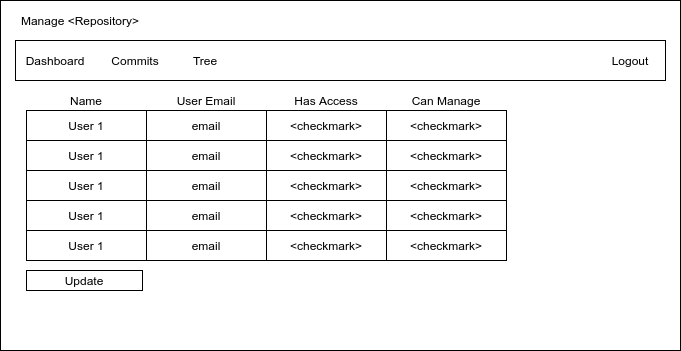
Above: docs/wireframes/manage_repository.png in weiyiguoyoyo/mfgd (draw.io), before the change. Source tidied: cells renumbered, new cells last; positions are measured from the earlier drawing's top-left corner, leaving out a move shared by most shapes. Source of this version:
```xml
<mxGraphModel>
  <root>
    <mxCell id="0" />
    <mxCell id="1" parent="0" />
    <mxCell id="2" style="rounded=0;whiteSpace=wrap;html=1;" parent="1" vertex="1">
      <mxGeometry width="680" height="350" as="geometry" />
    </mxCell>
    <mxCell id="3" style="rounded=0;whiteSpace=wrap;html=1;" parent="1" vertex="1">
      <mxGeometry x="15" y="40" width="650" height="40" as="geometry" />
    </mxCell>
    <mxCell id="4" value="Manage &amp;lt;Repository&amp;gt;" style="text;html=1;strokeColor=none;fillColor=none;align=center;verticalAlign=middle;whiteSpace=wrap;rounded=0;" parent="1" vertex="1">
      <mxGeometry x="15" y="10" width="130" height="20" as="geometry" />
    </mxCell>
    <mxCell id="5" value="Dashboard" style="text;html=1;strokeColor=none;fillColor=none;align=center;verticalAlign=middle;whiteSpace=wrap;rounded=0;" parent="1" vertex="1">
      <mxGeometry x="25" y="50" width="60" height="20" as="geometry" />
    </mxCell>
    <mxCell id="6" value="Commits" style="text;html=1;strokeColor=none;fillColor=none;align=center;verticalAlign=middle;whiteSpace=wrap;rounded=0;" parent="1" vertex="1">
      <mxGeometry x="105" y="50" width="60" height="20" as="geometry" />
    </mxCell>
    <mxCell id="7" value="Tree" style="text;html=1;strokeColor=none;fillColor=none;align=center;verticalAlign=middle;whiteSpace=wrap;rounded=0;" parent="1" vertex="1">
      <mxGeometry x="175" y="50" width="60" height="20" as="geometry" />
    </mxCell>
    <mxCell id="8" value="Logout" style="text;html=1;strokeColor=none;fillColor=none;align=center;verticalAlign=middle;whiteSpace=wrap;rounded=0;" parent="1" vertex="1">
      <mxGeometry x="605" y="50" width="50" height="20" as="geometry" />
    </mxCell>
    <mxCell id="9" value="User 1" style="rounded=0;whiteSpace=wrap;html=1;" parent="1" vertex="1">
      <mxGeometry x="26" y="110" width="120" height="30" as="geometry" />
    </mxCell>
    <mxCell id="10" value="User 1" style="rounded=0;whiteSpace=wrap;html=1;" parent="1" vertex="1">
      <mxGeometry x="26" y="140" width="120" height="30" as="geometry" />
    </mxCell>
    <mxCell id="11" value="User 1" style="rounded=0;whiteSpace=wrap;html=1;" parent="1" vertex="1">
      <mxGeometry x="26" y="170" width="120" height="30" as="geometry" />
    </mxCell>
    <mxCell id="12" value="User 1" style="rounded=0;whiteSpace=wrap;html=1;" parent="1" vertex="1">
      <mxGeometry x="26" y="200" width="120" height="30" as="geometry" />
    </mxCell>
    <mxCell id="13" value="User 1" style="rounded=0;whiteSpace=wrap;html=1;" parent="1" vertex="1">
      <mxGeometry x="26" y="230" width="120" height="30" as="geometry" />
    </mxCell>
    <mxCell id="14" value="Has Access" style="text;html=1;strokeColor=none;fillColor=none;align=center;verticalAlign=middle;whiteSpace=wrap;rounded=0;" parent="1" vertex="1">
      <mxGeometry x="255" y="90" width="142" height="20" as="geometry" />
    </mxCell>
    <mxCell id="15" value="Name" style="text;html=1;strokeColor=none;fillColor=none;align=center;verticalAlign=middle;whiteSpace=wrap;rounded=0;" parent="1" vertex="1">
      <mxGeometry x="15" y="90" width="142" height="20" as="geometry" />
    </mxCell>
    <mxCell id="16" value="&amp;lt;checkmark&amp;gt;" style="rounded=0;whiteSpace=wrap;html=1;" parent="1" vertex="1">
      <mxGeometry x="266" y="110" width="120" height="30" as="geometry" />
    </mxCell>
    <mxCell id="17" value="&amp;lt;checkmark&amp;gt;" style="rounded=0;whiteSpace=wrap;html=1;" parent="1" vertex="1">
      <mxGeometry x="386" y="110" width="120" height="30" as="geometry" />
    </mxCell>
    <mxCell id="18" value="&amp;lt;checkmark&amp;gt;" style="rounded=0;whiteSpace=wrap;html=1;" parent="1" vertex="1">
      <mxGeometry x="266" y="140" width="120" height="30" as="geometry" />
    </mxCell>
    <mxCell id="19" value="&amp;lt;checkmark&amp;gt;" style="rounded=0;whiteSpace=wrap;html=1;" parent="1" vertex="1">
      <mxGeometry x="386" y="140" width="120" height="30" as="geometry" />
    </mxCell>
    <mxCell id="20" value="&amp;lt;checkmark&amp;gt;" style="rounded=0;whiteSpace=wrap;html=1;" parent="1" vertex="1">
      <mxGeometry x="266" y="170" width="120" height="30" as="geometry" />
    </mxCell>
    <mxCell id="21" value="&amp;lt;checkmark&amp;gt;" style="rounded=0;whiteSpace=wrap;html=1;" parent="1" vertex="1">
      <mxGeometry x="386" y="170" width="120" height="30" as="geometry" />
    </mxCell>
    <mxCell id="22" value="&amp;lt;checkmark&amp;gt;" style="rounded=0;whiteSpace=wrap;html=1;" parent="1" vertex="1">
      <mxGeometry x="266" y="200" width="120" height="30" as="geometry" />
    </mxCell>
    <mxCell id="23" value="&amp;lt;checkmark&amp;gt;" style="rounded=0;whiteSpace=wrap;html=1;" parent="1" vertex="1">
      <mxGeometry x="386" y="200" width="120" height="30" as="geometry" />
    </mxCell>
    <mxCell id="24" value="&amp;lt;checkmark&amp;gt;" style="rounded=0;whiteSpace=wrap;html=1;" parent="1" vertex="1">
      <mxGeometry x="266" y="230" width="120" height="30" as="geometry" />
    </mxCell>
    <mxCell id="25" value="&amp;lt;checkmark&amp;gt;" style="rounded=0;whiteSpace=wrap;html=1;" parent="1" vertex="1">
      <mxGeometry x="386" y="230" width="120" height="30" as="geometry" />
    </mxCell>
    <mxCell id="26" value="Can Manage" style="text;html=1;strokeColor=none;fillColor=none;align=center;verticalAlign=middle;whiteSpace=wrap;rounded=0;" parent="1" vertex="1">
      <mxGeometry x="408" y="90" width="76" height="20" as="geometry" />
    </mxCell>
    <mxCell id="27" value="email" style="rounded=0;whiteSpace=wrap;html=1;" parent="1" vertex="1">
      <mxGeometry x="146" y="110" width="120" height="30" as="geometry" />
    </mxCell>
    <mxCell id="28" value="email" style="rounded=0;whiteSpace=wrap;html=1;" parent="1" vertex="1">
      <mxGeometry x="146" y="140" width="120" height="30" as="geometry" />
    </mxCell>
    <mxCell id="29" value="email" style="rounded=0;whiteSpace=wrap;html=1;" parent="1" vertex="1">
      <mxGeometry x="146" y="170" width="120" height="30" as="geometry" />
    </mxCell>
    <mxCell id="30" value="email" style="rounded=0;whiteSpace=wrap;html=1;" parent="1" vertex="1">
      <mxGeometry x="146" y="200" width="120" height="30" as="geometry" />
    </mxCell>
    <mxCell id="31" value="email" style="rounded=0;whiteSpace=wrap;html=1;" parent="1" vertex="1">
      <mxGeometry x="146" y="230" width="120" height="30" as="geometry" />
    </mxCell>
    <mxCell id="32" value="User Email" style="text;html=1;strokeColor=none;fillColor=none;align=center;verticalAlign=middle;whiteSpace=wrap;rounded=0;" parent="1" vertex="1">
      <mxGeometry x="135" y="90" width="142" height="20" as="geometry" />
    </mxCell>
    <mxCell id="33" value="Update" style="rounded=0;whiteSpace=wrap;html=1;" parent="1" vertex="1">
      <mxGeometry x="26" y="270" width="116" height="20" as="geometry" />
    </mxCell>
  </root>
</mxGraphModel>
```
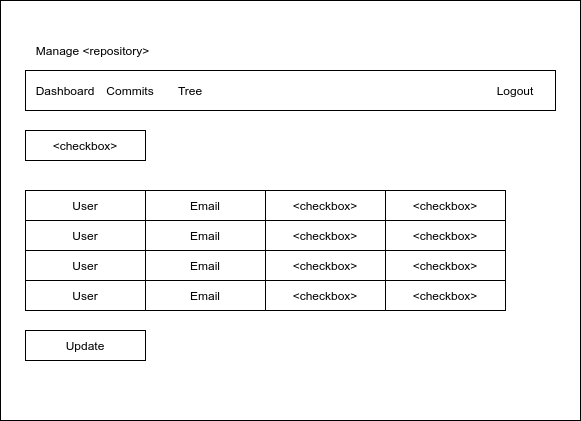
The same file after the commit.

Commit message:
modify manage repository window

Diff of the diagram source:
```diff
@@ -2,101 +2,80 @@
   <root>
     <mxCell id="0" />
     <mxCell id="1" parent="0" />
-    <mxCell id="2" style="rounded=0;whiteSpace=wrap;html=1;" parent="1" vertex="1">
-      <mxGeometry width="680" height="350" as="geometry" />
-    </mxCell>
-    <mxCell id="3" style="rounded=0;whiteSpace=wrap;html=1;" parent="1" vertex="1">
-      <mxGeometry x="15" y="40" width="650" height="40" as="geometry" />
-    </mxCell>
-    <mxCell id="4" value="Manage &amp;lt;Repository&amp;gt;" style="text;html=1;strokeColor=none;fillColor=none;align=center;verticalAlign=middle;whiteSpace=wrap;rounded=0;" parent="1" vertex="1">
-      <mxGeometry x="15" y="10" width="130" height="20" as="geometry" />
-    </mxCell>
+    <mxCell id="34" style="rounded=0;whiteSpace=wrap;html=1;" parent="1" vertex="1">
+      <mxGeometry x="15" y="-70" width="580" height="420" as="geometry" />
+    </mxCell>
+    <mxCell id="35" style="rounded=0;whiteSpace=wrap;html=1;" parent="1" vertex="1">
+      <mxGeometry x="40" width="530" height="40" as="geometry" />
+    </mxCell>
+    <mxCell id="8" value="Logout" style="text;html=1;strokeColor=none;fillColor=none;align=center;verticalAlign=middle;whiteSpace=wrap;rounded=0;" parent="1" vertex="1">
+      <mxGeometry x="510" y="10" width="40" height="20" as="geometry" />
+    </mxCell>
     <mxCell id="5" value="Dashboard" style="text;html=1;strokeColor=none;fillColor=none;align=center;verticalAlign=middle;whiteSpace=wrap;rounded=0;" parent="1" vertex="1">
-      <mxGeometry x="25" y="50" width="60" height="20" as="geometry" />
+      <mxGeometry x="50" y="10" width="60" height="20" as="geometry" />
     </mxCell>
     <mxCell id="6" value="Commits" style="text;html=1;strokeColor=none;fillColor=none;align=center;verticalAlign=middle;whiteSpace=wrap;rounded=0;" parent="1" vertex="1">
-      <mxGeometry x="105" y="50" width="60" height="20" as="geometry" />
+      <mxGeometry x="120" y="10" width="50" height="20" as="geometry" />
     </mxCell>
     <mxCell id="7" value="Tree" style="text;html=1;strokeColor=none;fillColor=none;align=center;verticalAlign=middle;whiteSpace=wrap;rounded=0;" parent="1" vertex="1">
-      <mxGeometry x="175" y="50" width="60" height="20" as="geometry" />
+      <mxGeometry x="185" y="10" width="40" height="20" as="geometry" />
     </mxCell>
-    <mxCell id="8" value="Logout" style="text;html=1;strokeColor=none;fillColor=none;align=center;verticalAlign=middle;whiteSpace=wrap;rounded=0;" parent="1" vertex="1">
-      <mxGeometry x="605" y="50" width="50" height="20" as="geometry" />
-    </mxCell>
-    <mxCell id="9" value="User 1" style="rounded=0;whiteSpace=wrap;html=1;" parent="1" vertex="1">
-      <mxGeometry x="26" y="110" width="120" height="30" as="geometry" />
-    </mxCell>
-    <mxCell id="10" value="User 1" style="rounded=0;whiteSpace=wrap;html=1;" parent="1" vertex="1">
-      <mxGeometry x="26" y="140" width="120" height="30" as="geometry" />
-    </mxCell>
-    <mxCell id="11" value="User 1" style="rounded=0;whiteSpace=wrap;html=1;" parent="1" vertex="1">
-      <mxGeometry x="26" y="170" width="120" height="30" as="geometry" />
-    </mxCell>
-    <mxCell id="12" value="User 1" style="rounded=0;whiteSpace=wrap;html=1;" parent="1" vertex="1">
-      <mxGeometry x="26" y="200" width="120" height="30" as="geometry" />
-    </mxCell>
-    <mxCell id="13" value="User 1" style="rounded=0;whiteSpace=wrap;html=1;" parent="1" vertex="1">
-      <mxGeometry x="26" y="230" width="120" height="30" as="geometry" />
-    </mxCell>
-    <mxCell id="14" value="Has Access" style="text;html=1;strokeColor=none;fillColor=none;align=center;verticalAlign=middle;whiteSpace=wrap;rounded=0;" parent="1" vertex="1">
-      <mxGeometry x="255" y="90" width="142" height="20" as="geometry" />
-    </mxCell>
-    <mxCell id="15" value="Name" style="text;html=1;strokeColor=none;fillColor=none;align=center;verticalAlign=middle;whiteSpace=wrap;rounded=0;" parent="1" vertex="1">
-      <mxGeometry x="15" y="90" width="142" height="20" as="geometry" />
-    </mxCell>
-    <mxCell id="16" value="&amp;lt;checkmark&amp;gt;" style="rounded=0;whiteSpace=wrap;html=1;" parent="1" vertex="1">
-      <mxGeometry x="266" y="110" width="120" height="30" as="geometry" />
-    </mxCell>
-    <mxCell id="17" value="&amp;lt;checkmark&amp;gt;" style="rounded=0;whiteSpace=wrap;html=1;" parent="1" vertex="1">
-      <mxGeometry x="386" y="110" width="120" height="30" as="geometry" />
-    </mxCell>
-    <mxCell id="18" value="&amp;lt;checkmark&amp;gt;" style="rounded=0;whiteSpace=wrap;html=1;" parent="1" vertex="1">
-      <mxGeometry x="266" y="140" width="120" height="30" as="geometry" />
-    </mxCell>
-    <mxCell id="19" value="&amp;lt;checkmark&amp;gt;" style="rounded=0;whiteSpace=wrap;html=1;" parent="1" vertex="1">
-      <mxGeometry x="386" y="140" width="120" height="30" as="geometry" />
-    </mxCell>
-    <mxCell id="20" value="&amp;lt;checkmark&amp;gt;" style="rounded=0;whiteSpace=wrap;html=1;" parent="1" vertex="1">
-      <mxGeometry x="266" y="170" width="120" height="30" as="geometry" />
-    </mxCell>
-    <mxCell id="21" value="&amp;lt;checkmark&amp;gt;" style="rounded=0;whiteSpace=wrap;html=1;" parent="1" vertex="1">
-      <mxGeometry x="386" y="170" width="120" height="30" as="geometry" />
-    </mxCell>
-    <mxCell id="22" value="&amp;lt;checkmark&amp;gt;" style="rounded=0;whiteSpace=wrap;html=1;" parent="1" vertex="1">
-      <mxGeometry x="266" y="200" width="120" height="30" as="geometry" />
-    </mxCell>
-    <mxCell id="23" value="&amp;lt;checkmark&amp;gt;" style="rounded=0;whiteSpace=wrap;html=1;" parent="1" vertex="1">
-      <mxGeometry x="386" y="200" width="120" height="30" as="geometry" />
-    </mxCell>
-    <mxCell id="24" value="&amp;lt;checkmark&amp;gt;" style="rounded=0;whiteSpace=wrap;html=1;" parent="1" vertex="1">
-      <mxGeometry x="266" y="230" width="120" height="30" as="geometry" />
-    </mxCell>
-    <mxCell id="25" value="&amp;lt;checkmark&amp;gt;" style="rounded=0;whiteSpace=wrap;html=1;" parent="1" vertex="1">
-      <mxGeometry x="386" y="230" width="120" height="30" as="geometry" />
-    </mxCell>
-    <mxCell id="26" value="Can Manage" style="text;html=1;strokeColor=none;fillColor=none;align=center;verticalAlign=middle;whiteSpace=wrap;rounded=0;" parent="1" vertex="1">
-      <mxGeometry x="408" y="90" width="76" height="20" as="geometry" />
-    </mxCell>
-    <mxCell id="27" value="email" style="rounded=0;whiteSpace=wrap;html=1;" parent="1" vertex="1">
-      <mxGeometry x="146" y="110" width="120" height="30" as="geometry" />
-    </mxCell>
-    <mxCell id="28" value="email" style="rounded=0;whiteSpace=wrap;html=1;" parent="1" vertex="1">
-      <mxGeometry x="146" y="140" width="120" height="30" as="geometry" />
-    </mxCell>
-    <mxCell id="29" value="email" style="rounded=0;whiteSpace=wrap;html=1;" parent="1" vertex="1">
-      <mxGeometry x="146" y="170" width="120" height="30" as="geometry" />
-    </mxCell>
-    <mxCell id="30" value="email" style="rounded=0;whiteSpace=wrap;html=1;" parent="1" vertex="1">
-      <mxGeometry x="146" y="200" width="120" height="30" as="geometry" />
-    </mxCell>
-    <mxCell id="31" value="email" style="rounded=0;whiteSpace=wrap;html=1;" parent="1" vertex="1">
-      <mxGeometry x="146" y="230" width="120" height="30" as="geometry" />
-    </mxCell>
-    <mxCell id="32" value="User Email" style="text;html=1;strokeColor=none;fillColor=none;align=center;verticalAlign=middle;whiteSpace=wrap;rounded=0;" parent="1" vertex="1">
-      <mxGeometry x="135" y="90" width="142" height="20" as="geometry" />
-    </mxCell>
+    <mxCell id="36" value="User" style="rounded=0;whiteSpace=wrap;html=1;" parent="1" vertex="1">
+      <mxGeometry x="40" y="120" width="120" height="30" as="geometry" />
+    </mxCell>
+    <mxCell id="37" value="Email" style="rounded=0;whiteSpace=wrap;html=1;" parent="1" vertex="1">
+      <mxGeometry x="160" y="120" width="120" height="30" as="geometry" />
+    </mxCell>
+    <mxCell id="38" value="&amp;lt;checkbox&amp;gt;" style="rounded=0;whiteSpace=wrap;html=1;" parent="1" vertex="1">
+      <mxGeometry x="280" y="120" width="120" height="30" as="geometry" />
+    </mxCell>
+    <mxCell id="39" value="&amp;lt;checkbox&amp;gt;" style="rounded=0;whiteSpace=wrap;html=1;" parent="1" vertex="1">
+      <mxGeometry x="400" y="120" width="120" height="30" as="geometry" />
+    </mxCell>
+    <mxCell id="40" value="User" style="rounded=0;whiteSpace=wrap;html=1;" parent="1" vertex="1">
+      <mxGeometry x="40" y="150" width="120" height="30" as="geometry" />
+    </mxCell>
+    <mxCell id="41" value="Email" style="rounded=0;whiteSpace=wrap;html=1;" parent="1" vertex="1">
+      <mxGeometry x="160" y="150" width="120" height="30" as="geometry" />
+    </mxCell>
+    <mxCell id="42" value="&amp;lt;checkbox&amp;gt;" style="rounded=0;whiteSpace=wrap;html=1;" parent="1" vertex="1">
+      <mxGeometry x="280" y="150" width="120" height="30" as="geometry" />
+    </mxCell>
+    <mxCell id="43" value="&amp;lt;checkbox&amp;gt;" style="rounded=0;whiteSpace=wrap;html=1;" parent="1" vertex="1">
+      <mxGeometry x="400" y="150" width="120" height="30" as="geometry" />
+    </mxCell>
+    <mxCell id="44" value="User" style="rounded=0;whiteSpace=wrap;html=1;" parent="1" vertex="1">
+      <mxGeometry x="40" y="180" width="120" height="30" as="geometry" />
+    </mxCell>
+    <mxCell id="45" value="Email" style="rounded=0;whiteSpace=wrap;html=1;" parent="1" vertex="1">
+      <mxGeometry x="160" y="180" width="120" height="30" as="geometry" />
+    </mxCell>
+    <mxCell id="46" value="&amp;lt;checkbox&amp;gt;" style="rounded=0;whiteSpace=wrap;html=1;" parent="1" vertex="1">
+      <mxGeometry x="280" y="180" width="120" height="30" as="geometry" />
+    </mxCell>
+    <mxCell id="47" value="&amp;lt;checkbox&amp;gt;" style="rounded=0;whiteSpace=wrap;html=1;" parent="1" vertex="1">
+      <mxGeometry x="400" y="180" width="120" height="30" as="geometry" />
+    </mxCell>
+    <mxCell id="48" value="User" style="rounded=0;whiteSpace=wrap;html=1;" parent="1" vertex="1">
+      <mxGeometry x="40" y="210" width="120" height="30" as="geometry" />
+    </mxCell>
+    <mxCell id="49" value="Email" style="rounded=0;whiteSpace=wrap;html=1;" parent="1" vertex="1">
+      <mxGeometry x="160" y="210" width="120" height="30" as="geometry" />
+    </mxCell>
+    <mxCell id="50" value="&amp;lt;checkbox&amp;gt;" style="rounded=0;whiteSpace=wrap;html=1;" parent="1" vertex="1">
+      <mxGeometry x="280" y="210" width="120" height="30" as="geometry" />
+    </mxCell>
+    <mxCell id="51" value="&amp;lt;checkbox&amp;gt;" style="rounded=0;whiteSpace=wrap;html=1;" parent="1" vertex="1">
+      <mxGeometry x="400" y="210" width="120" height="30" as="geometry" />
+    </mxCell>
     <mxCell id="33" value="Update" style="rounded=0;whiteSpace=wrap;html=1;" parent="1" vertex="1">
-      <mxGeometry x="26" y="270" width="116" height="20" as="geometry" />
+      <mxGeometry x="40" y="260" width="120" height="30" as="geometry" />
     </mxCell>
+    <mxCell id="52" value="&amp;lt;checkbox&amp;gt;" style="rounded=0;whiteSpace=wrap;html=1;" parent="1" vertex="1">
+      <mxGeometry x="40" y="60" width="120" height="30" as="geometry" />
+    </mxCell>
+    <mxCell id="53" value="Manage &amp;lt;repository&amp;gt;" style="text;html=1;strokeColor=none;fillColor=none;align=center;verticalAlign=middle;whiteSpace=wrap;rounded=0;" parent="1" vertex="1">
+      <mxGeometry x="40" y="-30" width="135" height="20" as="geometry" />
+    </mxCell>
   </root>
 </mxGraphModel>
```
